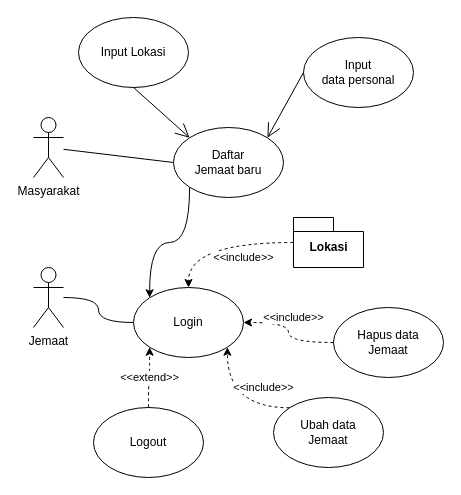
Before: page "Page-1" (1 of 3) of UseCaseDiagram.drawio in Raymond-15/requirements, a draw.io diagram. Source tidied: cells renumbered, new cells numbered last; positions are measured from the earlier drawing's top-left corner, leaving out a move shared by most shapes. Both pictures are drawn from the tidied source at 100%, with x=0, y=0 at pixel (33, 17).
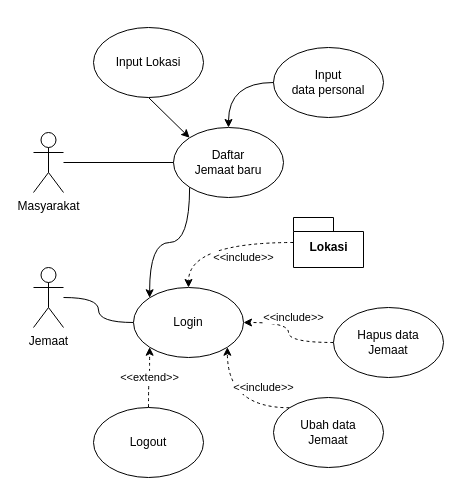
The same diagram, later.

The change refers to these unchanged cells:
```xml
<mxCell id="5" value="Daftar &lt;br&gt;Jemaat baru" style="ellipse;whiteSpace=wrap;html=1;" parent="1" vertex="1">
  <mxGeometry x="140" y="110" width="110" height="70" as="geometry" />
</mxCell>
```

Change to the diagram source:
```diff
@@
-    <mxCell id="13" style="endArrow=open;endSize=12;html=1;rounded=0;exitX=0.5;exitY=1;exitDx=0;exitDy=0;entryX=0;entryY=0;entryDx=0;entryDy=0;jumpStyle=arc;jumpSize=27;" parent="1" edge="1" source="14" target="5">
+    <mxCell id="13" style="endArrow=classic;html=1;rounded=0;exitX=0.5;exitY=1;exitDx=0;exitDy=0;entryX=0;entryY=0;entryDx=0;entryDy=0;jumpStyle=arc;jumpSize=27;endFill=1;" parent="1" edge="1" source="14" target="5">
       <mxGeometry relative="1" as="geometry" />
     </mxCell>
     <mxCell id="14" value="Input Lokasi" style="ellipse;whiteSpace=wrap;html=1;" parent="1" vertex="1">
-      <mxGeometry x="45" width="110" height="70" as="geometry" />
+      <mxGeometry x="60" y="10" width="110" height="70" as="geometry" />
     </mxCell>
     <mxCell id="15" value="Input &lt;br&gt;data personal" style="ellipse;whiteSpace=wrap;html=1;" parent="1" vertex="1">
-      <mxGeometry x="270" y="20" width="110" height="70" as="geometry" />
+      <mxGeometry x="240" y="30" width="110" height="70" as="geometry" />
     </mxCell>
-    <mxCell id="16" style="endArrow=open;endSize=12;html=1;rounded=0;exitX=0;exitY=0.5;exitDx=0;exitDy=0;entryX=1;entryY=0;entryDx=0;entryDy=0;jumpStyle=arc;jumpSize=27;" parent="1" edge="1" source="15" target="5">
+    <mxCell id="16" style="endArrow=classic;html=1;rounded=0;exitX=0;exitY=0.5;exitDx=0;exitDy=0;entryX=0.5;entryY=0;entryDx=0;entryDy=0;jumpStyle=arc;jumpSize=27;endFill=1;edgeStyle=orthogonalEdgeStyle;curved=1;" parent="1" edge="1" source="15" target="5">
       <mxGeometry relative="1" as="geometry" />
     </mxCell>
@@
     <mxCell id="20" value="Masyarakat" style="shape=umlActor;verticalLabelPosition=bottom;verticalAlign=top;html=1;outlineConnect=0;" parent="1" vertex="1">
-      <mxGeometry y="100" width="30" height="60" as="geometry" />
+      <mxGeometry y="115" width="30" height="60" as="geometry" />
     </mxCell>
```
